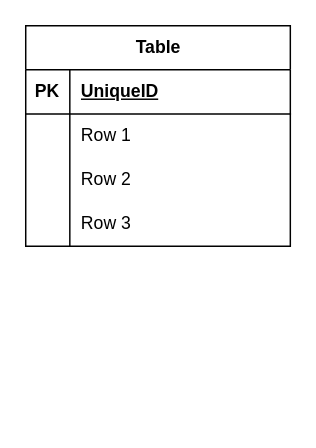
The draw.io diagram Modelo Lógico.drawio in Afes-reop/Modelado-de-Bases-de-Datos, before the edit. Source tidied: cells renumbered, new cells numbered last; positions are measured from the earlier drawing's top-left corner, leaving out a move shared by most shapes. Both pictures are drawn from the tidied source at 147%, with x=0, y=0 at pixel (25, 25).
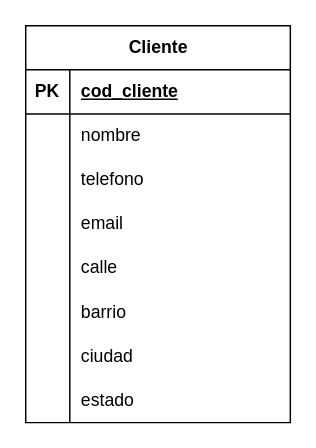
After the change.

The change refers to these unchanged cells:
```xml
<mxCell id="3" style="shape=tableRow;horizontal=0;startSize=0;swimlaneHead=0;swimlaneBody=0;fillColor=none;top=0;left=0;right=0;bottom=1;" parent="2" vertex="1">
  <mxGeometry y="30" width="180" height="30" as="geometry" />
</mxCell>
<mxCell id="6" style="shape=tableRow;horizontal=0;startSize=0;swimlaneHead=0;swimlaneBody=0;fillColor=none;top=0;left=0;right=0;bottom=0;" parent="2" vertex="1">
  <mxGeometry y="60" width="180" height="30" as="geometry" />
</mxCell>
<mxCell id="9" style="shape=tableRow;horizontal=0;startSize=0;swimlaneHead=0;swimlaneBody=0;fillColor=none;top=0;left=0;right=0;bottom=0;" parent="2" vertex="1">
  <mxGeometry y="90" width="180" height="30" as="geometry" />
</mxCell>
<mxCell id="12" style="shape=tableRow;horizontal=0;startSize=0;swimlaneHead=0;swimlaneBody=0;fillColor=none;top=0;left=0;right=0;bottom=0;" parent="2" vertex="1">
  <mxGeometry y="120" width="180" height="30" as="geometry" />
</mxCell>
```

Change to the diagram source:
```diff
@@
-    <mxCell id="2" value="Table" style="shape=table;startSize=30;childLayout=tableLayout;rowLines=0;fontStyle=1;align=center;html=1;" parent="1" vertex="1">
-      <mxGeometry width="180" height="150" as="geometry" />
+    <mxCell id="2" value="Cliente" style="shape=table;startSize=30;childLayout=tableLayout;rowLines=0;fontStyle=1;align=center;html=1;" parent="1" vertex="1">
+      <mxGeometry width="180" height="270" as="geometry" />
     </mxCell>
@@
-    <mxCell id="5" value="UniqueID" style="shape=partialRectangle;fillColor=none;top=0;left=0;bottom=0;right=0;align=left;spacingLeft=6;fontStyle=5;overflow=hidden;whiteSpace=wrap;html=1;" parent="3" vertex="1">
+    <mxCell id="5" value="cod_cliente" style="shape=partialRectangle;fillColor=none;top=0;left=0;bottom=0;right=0;align=left;spacingLeft=6;fontStyle=5;overflow=hidden;whiteSpace=wrap;html=1;" parent="3" vertex="1">
       <mxGeometry x="30" width="150" height="30" as="geometry" />
     </mxCell>
@@
-    <mxCell id="8" value="Row 1" style="shape=partialRectangle;fillColor=none;top=0;left=0;bottom=0;right=0;align=left;spacingLeft=6;overflow=hidden;whiteSpace=wrap;html=1;" parent="6" vertex="1">
+    <mxCell id="8" value="nombre" style="shape=partialRectangle;fillColor=none;top=0;left=0;bottom=0;right=0;align=left;spacingLeft=6;overflow=hidden;whiteSpace=wrap;html=1;" parent="6" vertex="1">
       <mxGeometry x="30" width="150" height="30" as="geometry" />
     </mxCell>
@@
-    <mxCell id="11" value="Row 2" style="shape=partialRectangle;fillColor=none;top=0;left=0;bottom=0;right=0;align=left;spacingLeft=6;overflow=hidden;whiteSpace=wrap;html=1;" parent="9" vertex="1">
+    <mxCell id="11" value="telefono" style="shape=partialRectangle;fillColor=none;top=0;left=0;bottom=0;right=0;align=left;spacingLeft=6;overflow=hidden;whiteSpace=wrap;html=1;" parent="9" vertex="1">
       <mxGeometry x="30" width="150" height="30" as="geometry" />
     </mxCell>
@@
-    <mxCell id="14" value="Row 3" style="shape=partialRectangle;fillColor=none;top=0;left=0;bottom=0;right=0;align=left;spacingLeft=6;overflow=hidden;whiteSpace=wrap;html=1;" parent="12" vertex="1">
+    <mxCell id="14" value="email" style="shape=partialRectangle;fillColor=none;top=0;left=0;bottom=0;right=0;align=left;spacingLeft=6;overflow=hidden;whiteSpace=wrap;html=1;" parent="12" vertex="1">
       <mxGeometry x="30" width="150" height="30" as="geometry" />
     </mxCell>
+    <mxCell id="15" style="shape=tableRow;horizontal=0;startSize=0;swimlaneHead=0;swimlaneBody=0;fillColor=none;top=0;left=0;right=0;bottom=0;" parent="2" vertex="1">
+      <mxGeometry y="150" width="180" height="30" as="geometry" />
+    </mxCell>
+    <mxCell id="16" style="shape=partialRectangle;fillColor=none;top=0;left=0;bottom=0;right=0;overflow=hidden;whiteSpace=wrap;html=1;" parent="15" vertex="1">
+      <mxGeometry width="30" height="30" as="geometry" />
+    </mxCell>
+    <mxCell id="17" value="calle" style="shape=partialRectangle;fillColor=none;top=0;left=0;bottom=0;right=0;align=left;spacingLeft=6;overflow=hidden;whiteSpace=wrap;html=1;" parent="15" vertex="1">
+      <mxGeometry x="30" width="150" height="30" as="geometry" />
+    </mxCell>
+    <mxCell id="18" style="shape=tableRow;horizontal=0;startSize=0;swimlaneHead=0;swimlaneBody=0;fillColor=none;top=0;left=0;right=0;bottom=0;" parent="2" vertex="1">
+      <mxGeometry y="180" width="180" height="30" as="geometry" />
+    </mxCell>
+    <mxCell id="19" style="shape=partialRectangle;fillColor=none;top=0;left=0;bottom=0;right=0;overflow=hidden;whiteSpace=wrap;html=1;" parent="18" vertex="1">
+      <mxGeometry width="30" height="30" as="geometry" />
+    </mxCell>
+    <mxCell id="20" value="barrio" style="shape=partialRectangle;fillColor=none;top=0;left=0;bottom=0;right=0;align=left;spacingLeft=6;overflow=hidden;whiteSpace=wrap;html=1;" parent="18" vertex="1">
+      <mxGeometry x="30" width="150" height="30" as="geometry" />
+    </mxCell>
+    <mxCell id="21" style="shape=tableRow;horizontal=0;startSize=0;swimlaneHead=0;swimlaneBody=0;fillColor=none;top=0;left=0;right=0;bottom=0;" parent="2" vertex="1">
+      <mxGeometry y="210" width="180" height="30" as="geometry" />
+    </mxCell>
+    <mxCell id="22" style="shape=partialRectangle;fillColor=none;top=0;left=0;bottom=0;right=0;overflow=hidden;whiteSpace=wrap;html=1;" parent="21" vertex="1">
+      <mxGeometry width="30" height="30" as="geometry" />
+    </mxCell>
+    <mxCell id="23" value="ciudad" style="shape=partialRectangle;fillColor=none;top=0;left=0;bottom=0;right=0;align=left;spacingLeft=6;overflow=hidden;whiteSpace=wrap;html=1;" parent="21" vertex="1">
+      <mxGeometry x="30" width="150" height="30" as="geometry" />
+    </mxCell>
+    <mxCell id="24" style="shape=tableRow;horizontal=0;startSize=0;swimlaneHead=0;swimlaneBody=0;fillColor=none;top=0;left=0;right=0;bottom=0;" parent="2" vertex="1">
+      <mxGeometry y="240" width="180" height="30" as="geometry" />
+    </mxCell>
+    <mxCell id="25" style="shape=partialRectangle;fillColor=none;top=0;left=0;bottom=0;right=0;overflow=hidden;whiteSpace=wrap;html=1;" parent="24" vertex="1">
+      <mxGeometry width="30" height="30" as="geometry" />
+    </mxCell>
+    <mxCell id="26" value="estado" style="shape=partialRectangle;fillColor=none;top=0;left=0;bottom=0;right=0;align=left;spacingLeft=6;overflow=hidden;whiteSpace=wrap;html=1;" parent="24" vertex="1">
+      <mxGeometry x="30" width="150" height="30" as="geometry" />
+    </mxCell>
```
